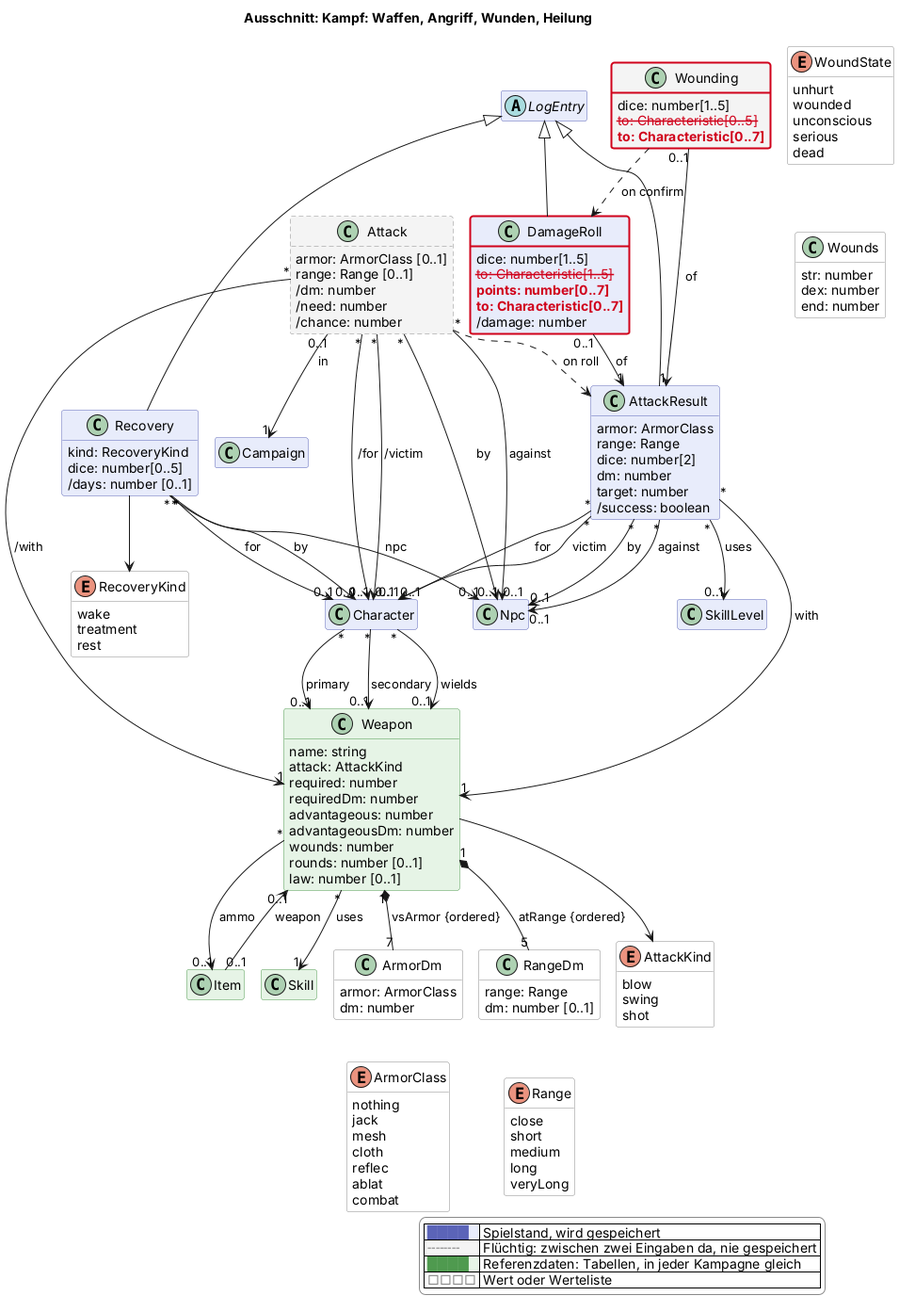
This is docs/views/kampf.png from scuzzar/SRE, a PlantUML export, as it was before one commit.
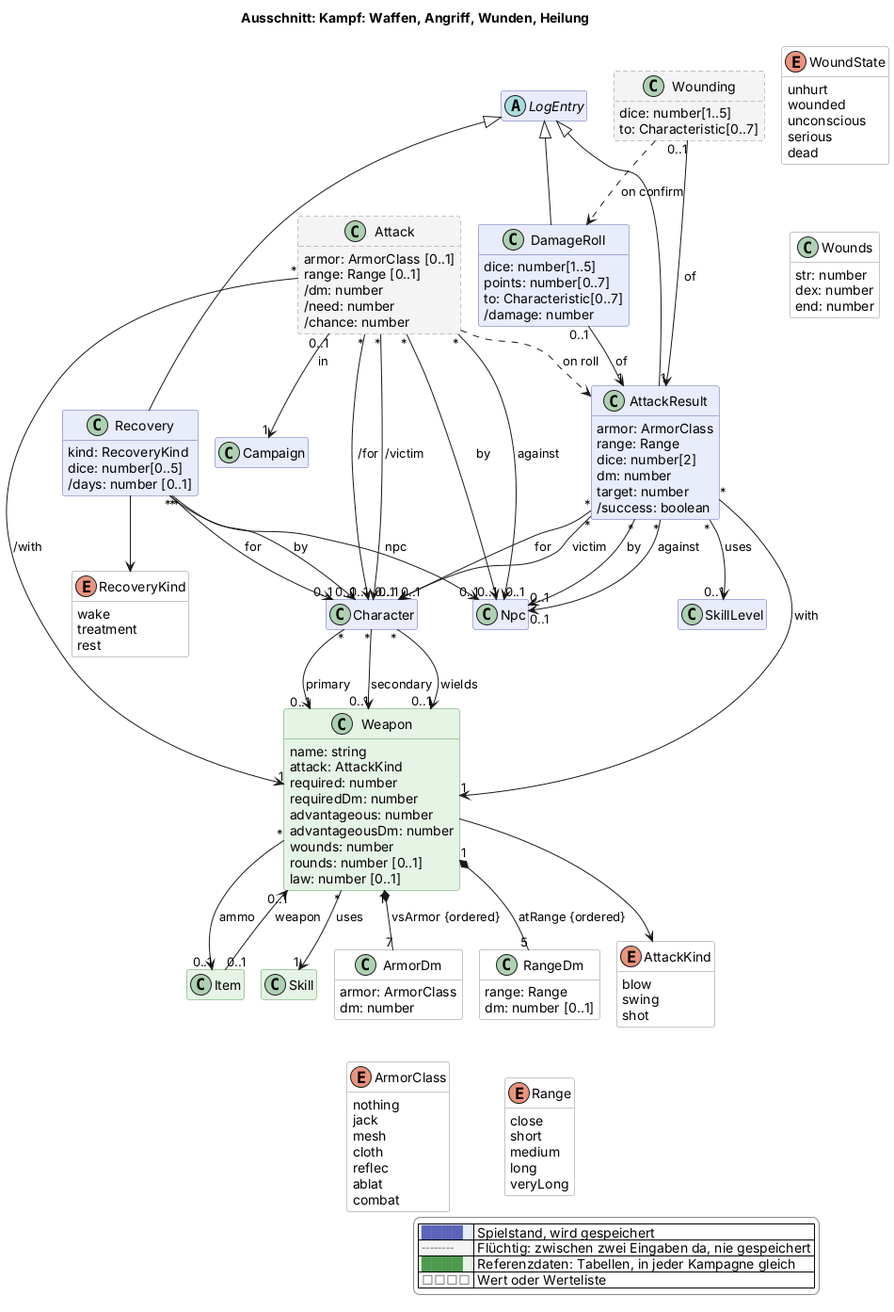
The same diagram one commit later.

The edit, as a diff of the source:
```diff
@@ -95,15 +95,13 @@
   }
   class DamageRoll $kampf {
     dice: number[1..5]
-    $gone("2026-11-07", "to: Characteristic[1..5]")
-    $new("2026-11-07", "points: number[0..7]")
-    $new("2026-11-07", "to: Characteristic[0..7]")
+    points: number[0..7]
+    to: Characteristic[0..7]
     /damage: number
   }
   class Wounding <<transient>> $kampf {
     dice: number[1..5]
-    $gone("2026-11-07", "to: Characteristic[0..5]")
-    $new("2026-11-07", "to: Characteristic[0..7]")
+    to: Characteristic[0..7]
   }
   class Npc $begegnung
   class Wounds <<value>> $kampf {
@@ -215,6 +213,4 @@
   |<#e6f4e6> <color:#4f9a4f>████</color> | Referenzdaten: Tabellen, in jeder Kampagne gleich |
   |<#ffffff> <color:#8a8a8a>□□□□</color> | Wert oder Werteliste |
 endlegend
-class DamageRoll #line:d0021b;line.bold
-class Wounding #line:d0021b;line.bold
 @enduml
```
